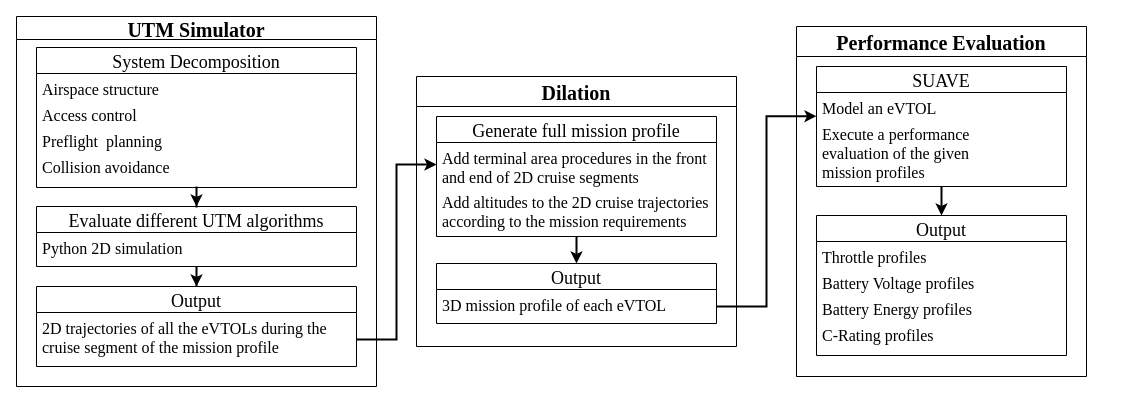
This is page "Page-1" (1 of 2) of system_overview.drawio from mrinmoysarkar/draw_io_projects, a draw.io file, before an edit. Source tidied: cells renumbered, new cells numbered last; positions are measured from the earlier drawing's top-left corner, leaving out a move shared by most shapes. Both pictures are drawn from the tidied source at 100%, with x=0, y=0 at pixel (16, 16).
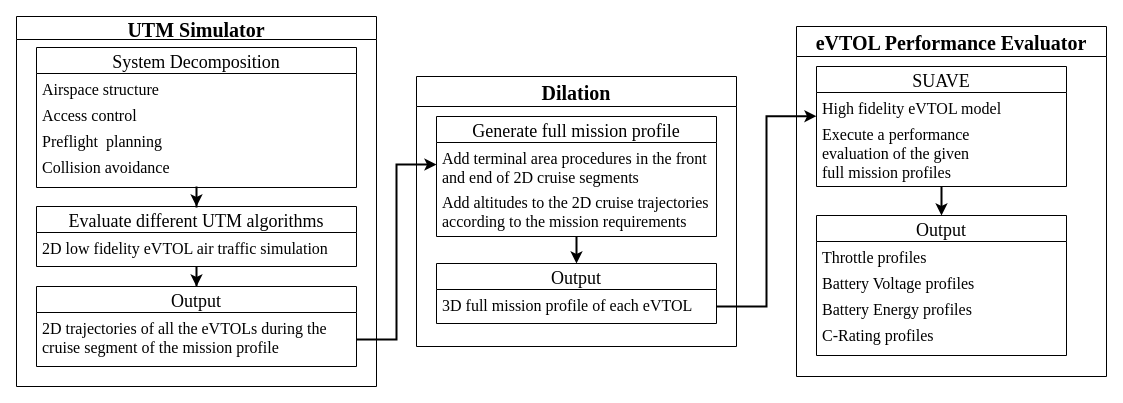
After the change.

Unchanged cells that the change refers to:
```xml
<mxCell id="4" value="Evaluate different UTM algorithms" style="swimlane;fontStyle=0;horizontal=1;startSize=26;fontFamily=Times New Roman;fontSize=18;" parent="2" vertex="1">
  <mxGeometry x="20" y="190" width="320" height="60" as="geometry" />
</mxCell>
<mxCell id="19" value="Output" style="swimlane;fontStyle=0;horizontal=1;startSize=26;fontFamily=Times New Roman;fontSize=18;" parent="14" vertex="1">
  <mxGeometry x="20" y="187" width="280" height="60" as="geometry" />
</mxCell>
<mxCell id="24" value="SUAVE" style="swimlane;fontStyle=0;horizontal=1;startSize=26;fontFamily=Times New Roman;fontSize=18;" parent="22" vertex="1">
  <mxGeometry x="20" y="40" width="250" height="120" as="geometry" />
</mxCell>
```

Change to the diagram source:
```diff
@@
-    <mxCell id="5" value="Python 2D simulation" style="text;strokeColor=none;fillColor=none;align=left;verticalAlign=top;spacingLeft=4;spacingRight=4;overflow=hidden;fontFamily=Times New Roman;fontSize=16;" parent="4" vertex="1">
+    <mxCell id="5" value="2D low fidelity eVTOL air traffic simulation" style="text;strokeColor=none;fillColor=none;align=left;verticalAlign=top;spacingLeft=4;spacingRight=4;overflow=hidden;fontFamily=Times New Roman;fontSize=16;" parent="4" vertex="1">
       <mxGeometry y="26" width="320" height="34" as="geometry" />
     </mxCell>
@@
-    <mxCell id="20" value="3D mission profile of each eVTOL" style="text;strokeColor=none;fillColor=none;align=left;verticalAlign=top;spacingLeft=4;spacingRight=4;overflow=hidden;points=[[0,0.5],[1,0.5]];portConstraint=eastwest;fontFamily=Times New Roman;fontSize=16;" parent="19" vertex="1">
+    <mxCell id="20" value="3D full mission profile of each eVTOL" style="text;strokeColor=none;fillColor=none;align=left;verticalAlign=top;spacingLeft=4;spacingRight=4;overflow=hidden;points=[[0,0.5],[1,0.5]];portConstraint=eastwest;fontFamily=Times New Roman;fontSize=16;" parent="19" vertex="1">
       <mxGeometry y="26" width="280" height="34" as="geometry" />
     </mxCell>
@@
-    <mxCell id="22" value="Performance Evaluation" style="swimlane;fontSize=20;fontFamily=Times New Roman;startSize=30;" parent="1" vertex="1">
-      <mxGeometry x="780" y="10" width="290" height="350" as="geometry" />
+    <mxCell id="22" value="eVTOL Performance Evaluator" style="swimlane;fontSize=20;fontFamily=Times New Roman;startSize=30;" parent="1" vertex="1">
+      <mxGeometry x="780" y="10" width="310" height="350" as="geometry" />
     </mxCell>
@@
-    <mxCell id="25" value="Model an eVTOL" style="text;strokeColor=none;fillColor=none;align=left;verticalAlign=top;spacingLeft=4;spacingRight=4;overflow=hidden;fontFamily=Times New Roman;fontSize=16;" parent="24" vertex="1">
+    <mxCell id="25" value="High fidelity eVTOL model" style="text;strokeColor=none;fillColor=none;align=left;verticalAlign=top;spacingLeft=4;spacingRight=4;overflow=hidden;fontFamily=Times New Roman;fontSize=16;" parent="24" vertex="1">
       <mxGeometry y="26" width="250" height="26" as="geometry" />
     </mxCell>
-    <mxCell id="26" value="Execute a performance &#10;evaluation of the given &#10;mission profiles" style="text;strokeColor=none;fillColor=none;align=left;verticalAlign=top;spacingLeft=4;spacingRight=4;overflow=hidden;points=[[0,0.5],[1,0.5]];portConstraint=eastwest;fontFamily=Times New Roman;fontSize=16;" parent="24" vertex="1">
+    <mxCell id="26" value="Execute a performance &#10;evaluation of the given &#10;full mission profiles" style="text;strokeColor=none;fillColor=none;align=left;verticalAlign=top;spacingLeft=4;spacingRight=4;overflow=hidden;points=[[0,0.5],[1,0.5]];portConstraint=eastwest;fontFamily=Times New Roman;fontSize=16;" parent="24" vertex="1">
       <mxGeometry y="52" width="250" height="68" as="geometry" />
     </mxCell>
```
